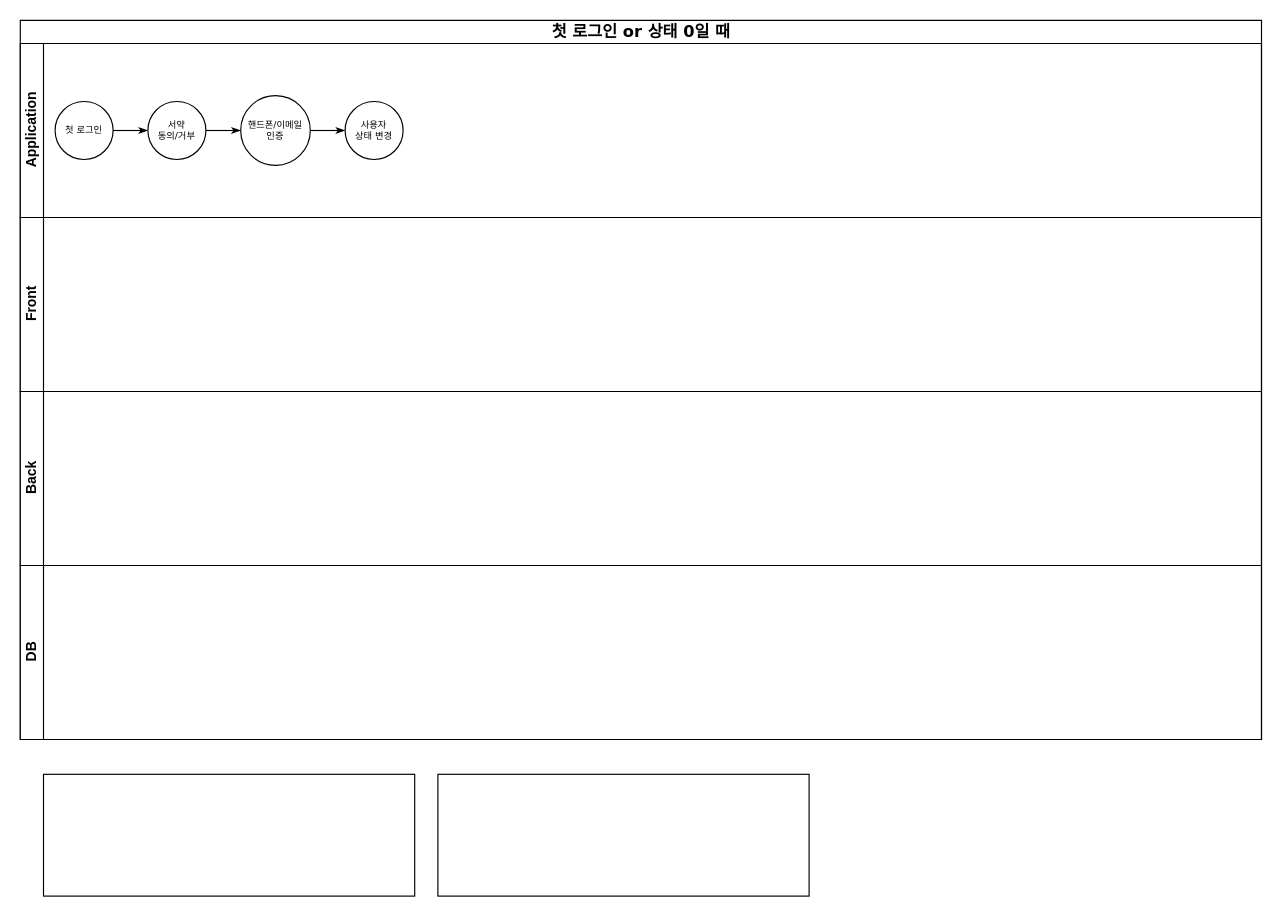
Earlier version of the draw.io diagram page "로그인조건" (2 of 16) of flowchart.drawio (dyonyon2/The-10000-Hour-Rule). Source tidied: cells renumbered, new cells numbered last; positions are measured from the earlier drawing's top-left corner, leaving out a move shared by most shapes. Both pictures are drawn from the tidied source at 116%, with x=0, y=0 at pixel (20, 20).
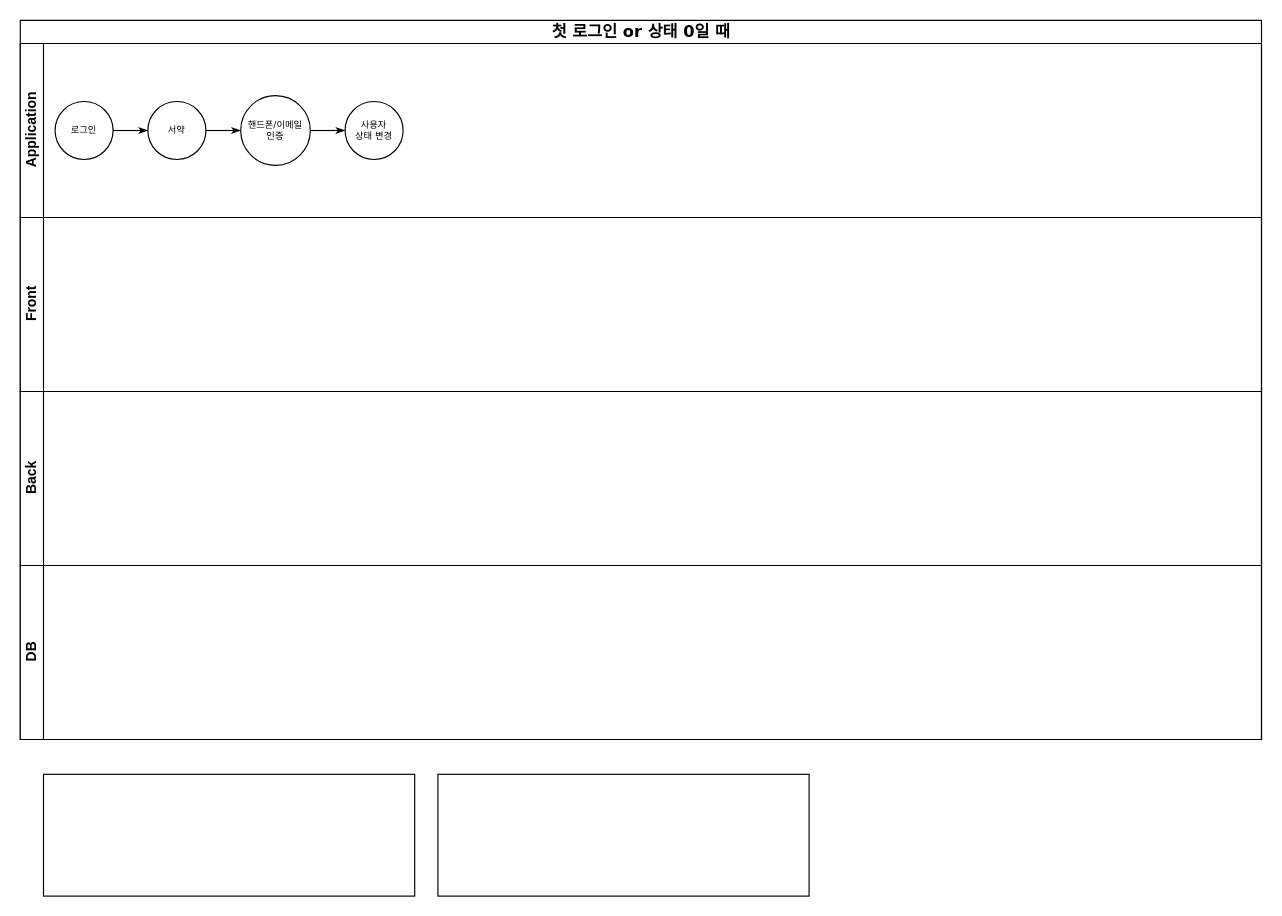
Above is the later version.

Diff of the diagram source:
```diff
@@
 <mxGraphModel>
   <root>
     <mxCell id="0" />
     <mxCell id="1" parent="0" />
     <mxCell id="2" value="첫 로그인 or 상태 0일 때" style="swimlane;html=1;horizontal=1;startSize=20;rounded=0;shadow=0;labelBackgroundColor=none;strokeWidth=1;fontFamily=Verdana;fontSize=14;align=center;" parent="1" vertex="1">
       <mxGeometry width="1070" height="620" as="geometry" />
     </mxCell>
     <mxCell id="3" value="Application" style="swimlane;html=1;startSize=20;horizontal=0;" parent="2" vertex="1">
       <mxGeometry y="20" width="1070" height="150" as="geometry" />
     </mxCell>
-    <mxCell id="4" value="첫 로그인" style="ellipse;whiteSpace=wrap;html=1;rounded=0;shadow=0;labelBackgroundColor=none;strokeWidth=1;fontFamily=Verdana;fontSize=8;align=center;" parent="3" vertex="1">
+    <mxCell id="4" value="로그인" style="ellipse;whiteSpace=wrap;html=1;rounded=0;shadow=0;labelBackgroundColor=none;strokeWidth=1;fontFamily=Verdana;fontSize=8;align=center;" parent="3" vertex="1">
       <mxGeometry x="30" y="50" width="50" height="50" as="geometry" />
     </mxCell>
     <mxCell id="5" style="edgeStyle=orthogonalEdgeStyle;rounded=0;html=1;labelBackgroundColor=none;startArrow=none;startFill=0;startSize=5;endArrow=classicThin;endFill=1;endSize=5;jettySize=auto;strokeWidth=1;fontFamily=Verdana;fontSize=8;exitX=1;exitY=0.5;exitDx=0;exitDy=0;entryX=0;entryY=0.5;entryDx=0;entryDy=0;" parent="3" edge="1" source="4" target="6">
       <mxGeometry relative="1" as="geometry" />
     </mxCell>
-    <mxCell id="6" value="서약 &lt;br&gt;동의/거부" style="ellipse;whiteSpace=wrap;html=1;rounded=0;shadow=0;labelBackgroundColor=none;strokeWidth=1;fontFamily=Verdana;fontSize=8;align=center;" parent="3" vertex="1">
+    <mxCell id="6" value="서약" style="ellipse;whiteSpace=wrap;html=1;rounded=0;shadow=0;labelBackgroundColor=none;strokeWidth=1;fontFamily=Verdana;fontSize=8;align=center;" parent="3" vertex="1">
       <mxGeometry x="110" y="50" width="50" height="50" as="geometry" />
     </mxCell>
     <mxCell id="7" value="핸드폰/이메일&lt;br&gt;인증" style="ellipse;whiteSpace=wrap;html=1;rounded=0;shadow=0;labelBackgroundColor=none;strokeWidth=1;fontFamily=Verdana;fontSize=8;align=center;" parent="3" vertex="1">
       <mxGeometry x="190" y="45" width="60" height="60" as="geometry" />
     </mxCell>
     <mxCell id="8" style="edgeStyle=orthogonalEdgeStyle;rounded=0;html=1;labelBackgroundColor=none;startArrow=none;startFill=0;startSize=5;endArrow=classicThin;endFill=1;endSize=5;jettySize=auto;strokeWidth=1;fontFamily=Verdana;fontSize=8;exitX=1;exitY=0.5;exitDx=0;exitDy=0;entryX=0;entryY=0.5;entryDx=0;entryDy=0;" parent="3" edge="1" source="6" target="7">
       <mxGeometry relative="1" as="geometry" />
     </mxCell>
     <mxCell id="9" value="사용자 &lt;br&gt;상태 변경" style="ellipse;whiteSpace=wrap;html=1;rounded=0;shadow=0;labelBackgroundColor=none;strokeWidth=1;fontFamily=Verdana;fontSize=8;align=center;" parent="3" vertex="1">
       <mxGeometry x="280" y="50" width="50" height="50" as="geometry" />
     </mxCell>
     <mxCell id="10" style="edgeStyle=orthogonalEdgeStyle;rounded=0;html=1;labelBackgroundColor=none;startArrow=none;startFill=0;startSize=5;endArrow=classicThin;endFill=1;endSize=5;jettySize=auto;strokeWidth=1;fontFamily=Verdana;fontSize=8;exitX=1;exitY=0.5;exitDx=0;exitDy=0;entryX=0;entryY=0.5;entryDx=0;entryDy=0;" parent="3" edge="1" source="7" target="9">
       <mxGeometry relative="1" as="geometry" />
     </mxCell>
     <mxCell id="11" value="Front" style="swimlane;html=1;startSize=20;horizontal=0;" parent="2" vertex="1">
       <mxGeometry y="170" width="1070" height="150" as="geometry" />
     </mxCell>
     <mxCell id="12" value="Back" style="swimlane;html=1;startSize=20;horizontal=0;" parent="2" vertex="1">
       <mxGeometry y="320" width="1070" height="150" as="geometry" />
     </mxCell>
     <mxCell id="13" value="DB" style="swimlane;html=1;startSize=20;horizontal=0;" parent="1" vertex="1">
       <mxGeometry y="470" width="1070" height="150" as="geometry" />
     </mxCell>
     <mxCell id="14" style="rounded=0;whiteSpace=wrap;html=1;" parent="1" vertex="1">
       <mxGeometry x="20" y="650" width="320" height="105" as="geometry" />
     </mxCell>
     <mxCell id="15" style="rounded=0;whiteSpace=wrap;html=1;" parent="1" vertex="1">
       <mxGeometry x="360" y="650" width="320" height="105" as="geometry" />
     </mxCell>
   </root>
 </mxGraphModel>
```
